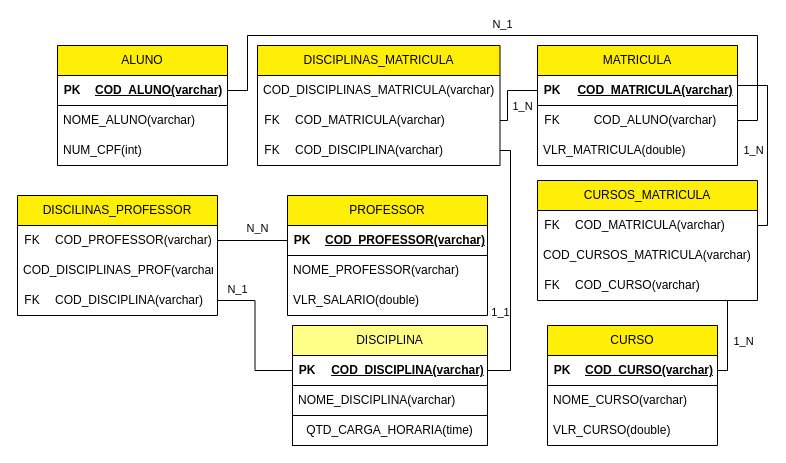
The draw.io diagram Livraria/matricula.drawio in NicolasKevin2/BD, before the edit. Source tidied: cells renumbered, new cells numbered last; positions are measured from the earlier drawing's top-left corner, leaving out a move shared by most shapes. Both pictures are drawn from the tidied source at 100%, with x=0, y=0 at pixel (17, 35).
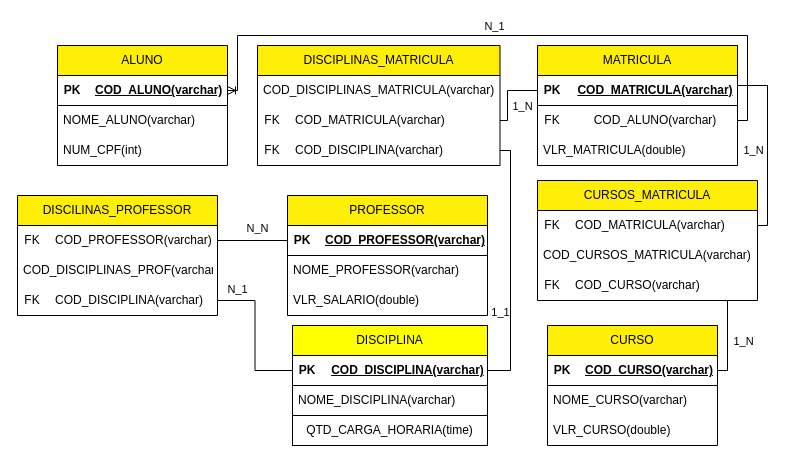
The same diagram, later.

Unchanged cells that the change refers to:
```xml
<mxCell id="4" style="shape=tableRow;horizontal=0;startSize=0;swimlaneHead=0;swimlaneBody=0;fillColor=none;points=[[0,0.5],[1,0.5]];portConstraint=eastwest;top=0;left=0;right=0;bottom=1;" parent="3" vertex="1">
  <mxGeometry width="170" height="30" as="geometry" />
</mxCell>
<mxCell id="36" style="shape=tableRow;horizontal=0;startSize=0;swimlaneHead=0;swimlaneBody=0;fillColor=none;points=[[0,0.5],[1,0.5]];portConstraint=eastwest;top=0;left=0;right=0;bottom=0;align=center;" parent="35" vertex="1">
  <mxGeometry width="200" height="30" as="geometry" />
</mxCell>
```

What changed in the source:
```diff
@@
-    <mxCell id="16" value="DISCIPLINA" style="swimlane;fontStyle=0;horizontal=1;startSize=30;whiteSpace=wrap;html=1;align=center;fillColor=#ffff88;strokeColor=default;gradientColor=none;swimlaneFillColor=none;rounded=0;shadow=0;glass=0;" parent="1" vertex="1">
+    <mxCell id="16" value="DISCIPLINA" style="swimlane;fontStyle=0;horizontal=1;startSize=30;whiteSpace=wrap;html=1;align=center;fillColor=#ffff00;strokeColor=default;gradientColor=none;swimlaneFillColor=default;rounded=0;shadow=0;glass=0;" parent="1" vertex="1">
       <mxGeometry x="275" y="290" width="195" height="120" as="geometry" />
     </mxCell>
@@
-    <mxCell id="40" style="endArrow=none;html=1;rounded=0;edgeStyle=orthogonalEdgeStyle;align=center;startArrow=none;startFill=0;" parent="1" edge="1" source="4" target="36">
-      <mxGeometry relative="1" as="geometry">
-        <Array as="points">
-          <mxPoint x="230" y="55" />
-          <mxPoint x="230" />
-          <mxPoint x="740" />
-          <mxPoint x="740" y="85" />
-        </Array>
-      </mxGeometry>
-    </mxCell>
-    <mxCell id="41" value="N_1" style="edgeLabel;html=1;align=center;verticalAlign=middle;" parent="40" vertex="1">
-      <mxGeometry x="-0.01" y="1" relative="1" as="geometry">
-        <mxPoint x="-13" y="-11" as="offset" />
-      </mxGeometry>
-    </mxCell>
@@
+    <mxCell id="83" style="edgeStyle=orthogonalEdgeStyle;fontSize=12;html=1;endArrow=ERoneToMany;rounded=0;" parent="1" edge="1" source="36" target="4">
+      <mxGeometry relative="1" as="geometry">
+        <Array as="points">
+          <mxPoint x="730" y="85" />
+          <mxPoint x="730" />
+          <mxPoint x="220" />
+          <mxPoint x="220" y="55" />
+        </Array>
+      </mxGeometry>
+    </mxCell>
+    <mxCell id="41" value="N_1" style="edgeLabel;html=1;align=center;verticalAlign=middle;" parent="83" vertex="1">
+      <mxGeometry x="0.04" y="-2" relative="1" as="geometry">
+        <mxPoint x="-1" y="-8" as="offset" />
+      </mxGeometry>
+    </mxCell>
```
